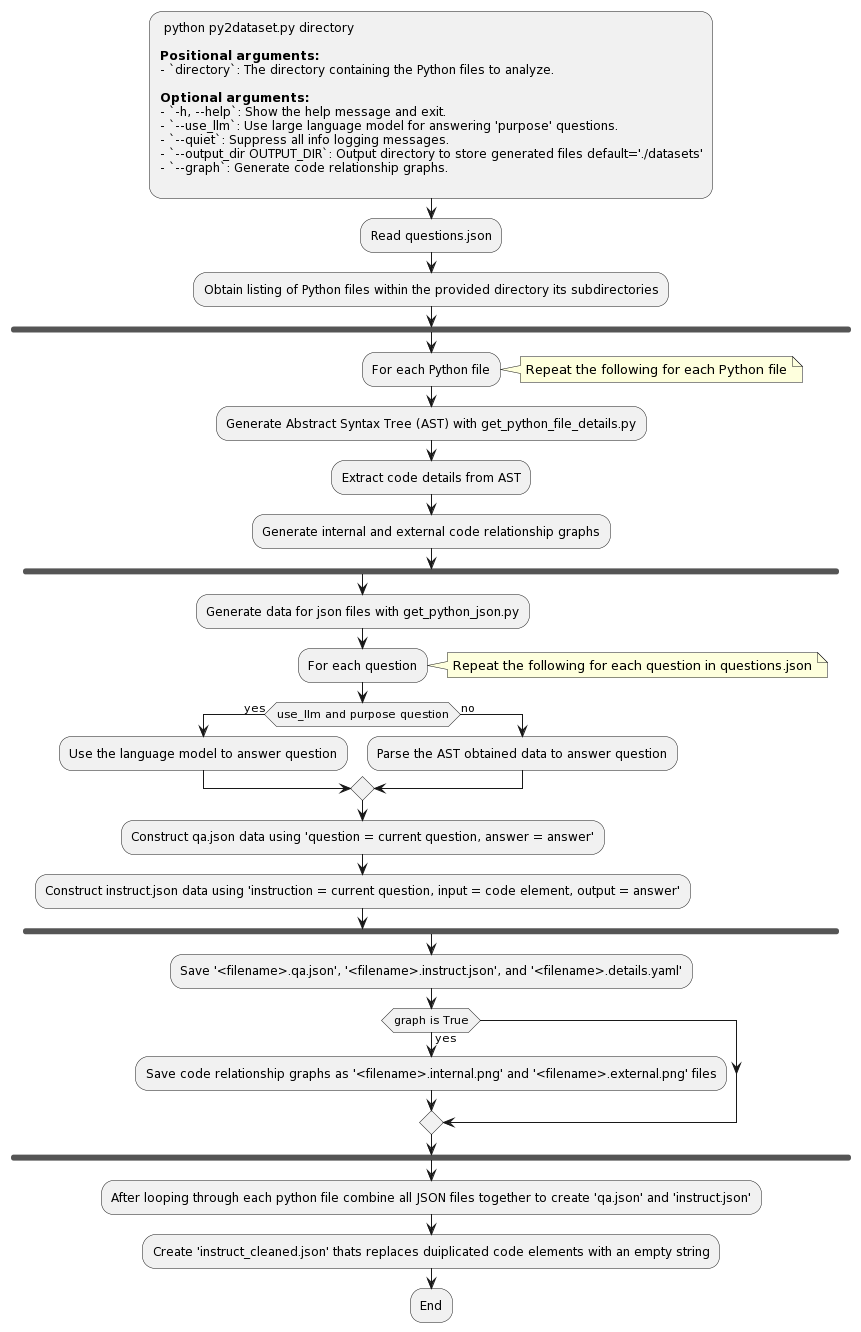
Above: py2dataset.png in jeffmeloy/py2dataset (PlantUML), before the change.
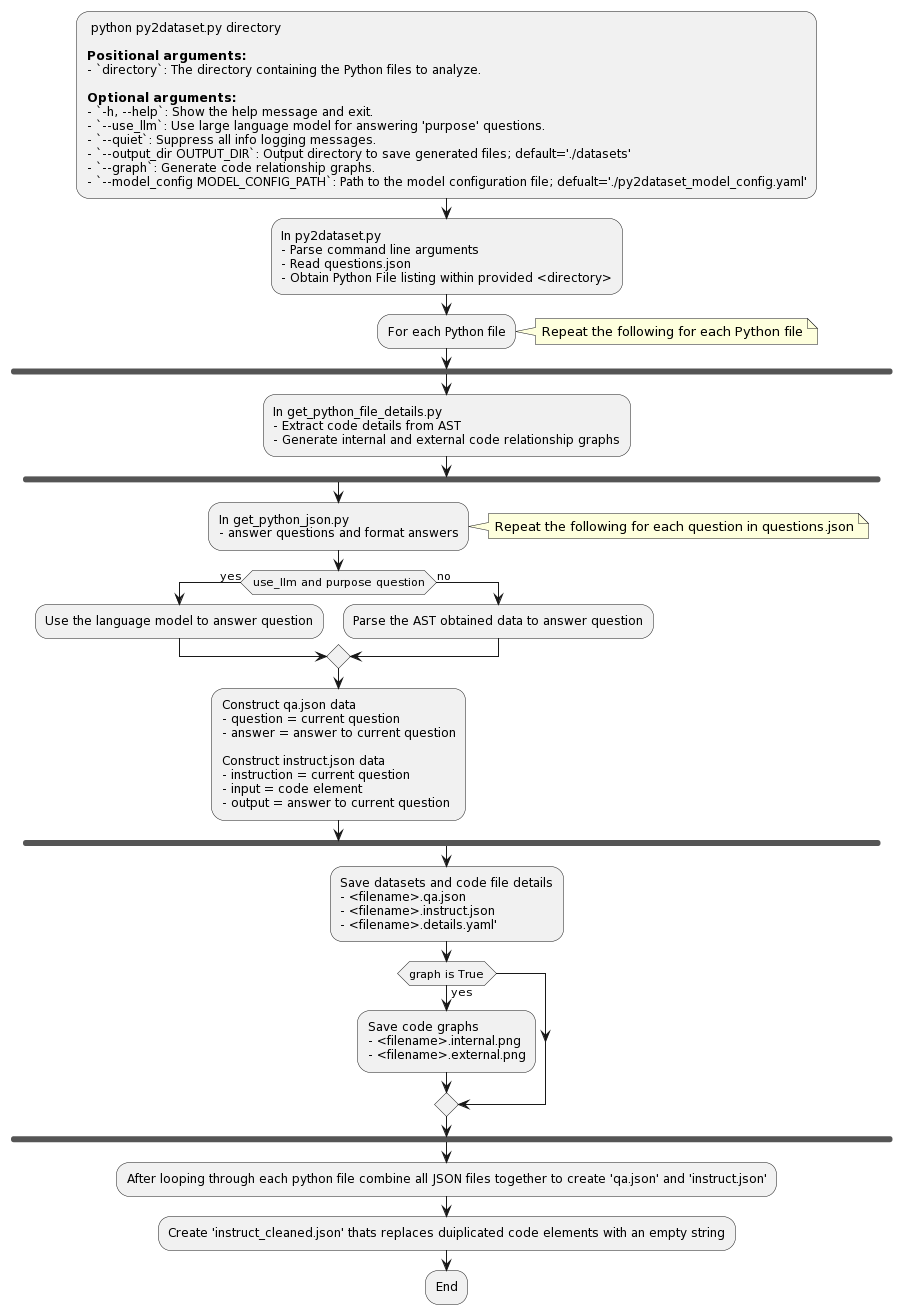
After the change.

Diff of the diagram source:
```diff
@@ -8,23 +8,24 @@
 - `-h, --help`: Show the help message and exit.
 - `--use_llm`: Use large language model for answering 'purpose' questions.
 - `--quiet`: Suppress all info logging messages.
-- `--output_dir OUTPUT_DIR`: Output directory to store generated files default='./datasets'
+- `--output_dir OUTPUT_DIR`: Output directory to save generated files; default='./datasets'
 - `--graph`: Generate code relationship graphs.
-;
-
-:Read questions.json;
-:Obtain listing of Python files within the provided directory its subdirectories;
+- `--model_config MODEL_CONFIG_PATH`: Path to the model configuration file; defualt='./py2dataset_model_config.yaml';
+:In py2dataset.py
+- Parse command line arguments
+- Read questions.json
+- Obtain Python File listing within provided <directory>;
+:For each Python file;
+note right
+Repeat the following for each Python file
+end note
 fork
-    :For each Python file;
-    note right
-    Repeat the following for each Python file
-    end note
-    :Generate Abstract Syntax Tree (AST) with get_python_file_details.py;
-    :Extract code details from AST;
-    :Generate internal and external code relationship graphs;
+    :In get_python_file_details.py
+    - Extract code details from AST
+    - Generate internal and external code relationship graphs;
     fork
-        :Generate data for json files with get_python_json.py;
-        :For each question;
+        :In get_python_json.py
+        - answer questions and format answers;
         note right
         Repeat the following for each question in questions.json
         end note
@@ -33,13 +34,24 @@
         else (no)
             :Parse the AST obtained data to answer question;
         endif
-        :Construct qa.json data using 'question = current question, answer = answer';
-        :Construct instruct.json data using 'instruction = current question, input = code element, output = answer';
+        :Construct qa.json data
+        - question = current question
+        - answer = answer to current question
+
+        Construct instruct.json data
+        - instruction = current question
+        - input = code element
+        - output = answer to current question;
      endfork
-     :Save '<filename>.qa.json', '<filename>.instruct.json', and '<filename>.details.yaml';
-     if (graph is True) then (yes)
-         :Save code relationship graphs as '<filename>.internal.png' and '<filename>.external.png' files;
-     endif
+:Save datasets and code file details
+- <filename>.qa.json
+- <filename>.instruct.json
+- <filename>.details.yaml';
+if (graph is True) then (yes)
+   :Save code graphs
+   - <filename>.internal.png
+   - <filename>.external.png;
+endif
 endfork
 :After looping through each python file combine all JSON files together to create 'qa.json' and 'instruct.json';
 :Create 'instruct_cleaned.json' thats replaces duiplicated code elements with an empty string;
```
